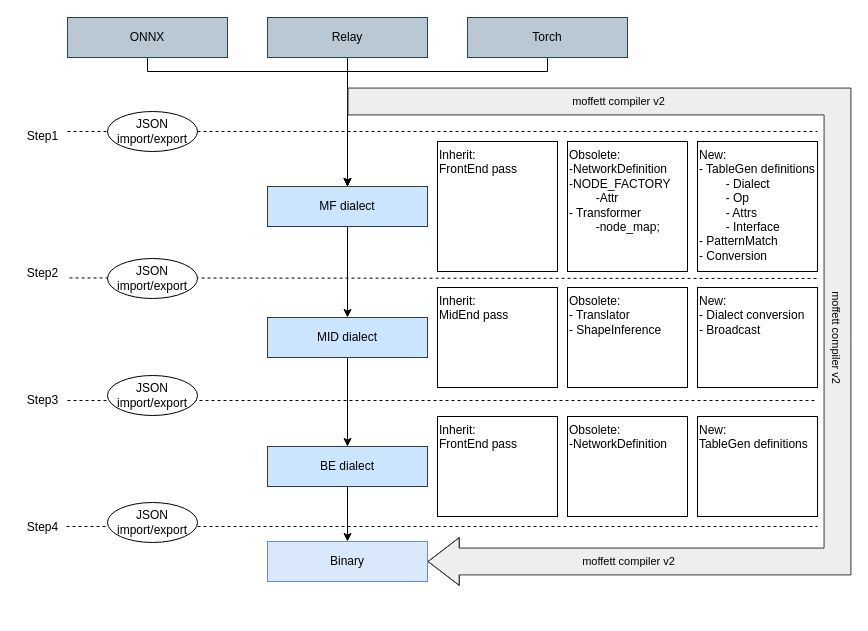
Above: draw/compiler flow.drawio in dracohan/jmhan.github.io (draw.io), before the change. Source tidied: cells renumbered, new cells numbered last; positions are measured from the earlier drawing's top-left corner, leaving out a move shared by most shapes. Both pictures are drawn from the tidied source at 100%, with x=0, y=0 at pixel (17, 17).
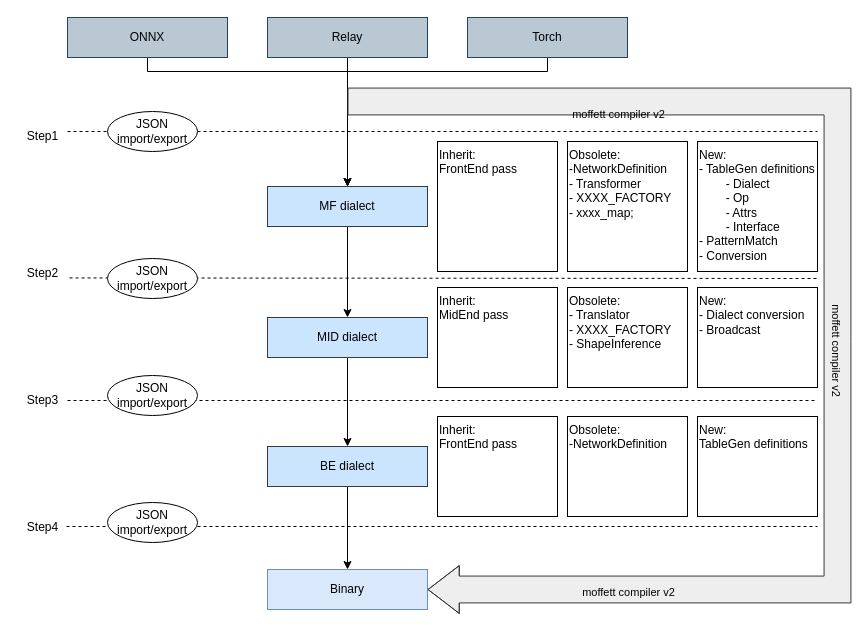
The same diagram, later.

Change to the diagram source:
```diff
@@
     <mxCell id="21" value="Binary" style="rounded=0;whiteSpace=wrap;html=1;fillColor=#dae8fc;strokeColor=#6c8ebf;" parent="1" vertex="1">
-      <mxGeometry x="250" y="524" width="160" height="40" as="geometry" />
+      <mxGeometry x="250" y="552" width="160" height="40" as="geometry" />
     </mxCell>
@@
     <mxCell id="29" style="shape=flexArrow;endArrow=classic;html=1;rounded=0;entryX=1;entryY=0.5;entryDx=0;entryDy=0;fillColor=#eeeeee;strokeColor=#36393d;width=26.857142857142858;endSize=10.097142857142858;" parent="1" edge="1" target="21">
       <mxGeometry relative="1" as="geometry">
         <mxPoint x="330" y="84" as="sourcePoint" />
         <Array as="points">
           <mxPoint x="820" y="84" />
           <mxPoint x="820" y="324" />
-          <mxPoint x="820" y="544" />
+          <mxPoint x="820" y="572" />
         </Array>
       </mxGeometry>
     </mxCell>
@@
     <mxCell id="31" value="moffett compiler v2" style="edgeLabel;html=1;align=center;verticalAlign=middle;labelBackgroundColor=none;" parent="29" vertex="1">
       <mxGeometry x="-0.12" relative="1" as="geometry">
-        <mxPoint x="-210" y="351" as="offset" />
+        <mxPoint x="-210" y="369" as="offset" />
       </mxGeometry>
     </mxCell>
@@
-    <mxCell id="34" value="Obsolete:&lt;br&gt;-NetworkDefinition&lt;br&gt;-NODE_FACTORY&lt;br&gt;&lt;span style=&quot;white-space: pre;&quot;&gt;&#9;&lt;/span&gt;-Attr&lt;br&gt;- Transformer&lt;br&gt;&lt;span style=&quot;white-space: pre;&quot;&gt;&#9;&lt;/span&gt;-node_map;" style="rounded=0;whiteSpace=wrap;html=1;verticalAlign=top;align=left;" parent="1" vertex="1">
+    <mxCell id="34" value="Obsolete:&lt;br&gt;-NetworkDefinition&lt;br&gt;- Transformer&lt;br&gt;- XXXX_FACTORY&lt;br&gt;- xxxx_map;" style="rounded=0;whiteSpace=wrap;html=1;verticalAlign=top;align=left;" parent="1" vertex="1">
       <mxGeometry x="550" y="124" width="120" height="130" as="geometry" />
     </mxCell>
@@
-    <mxCell id="37" value="Obsolete:&lt;br&gt;- Translator&lt;br&gt;- ShapeInference" style="rounded=0;whiteSpace=wrap;html=1;verticalAlign=top;align=left;" parent="1" vertex="1">
+    <mxCell id="37" value="Obsolete:&lt;br&gt;- Translator&lt;br&gt;- XXXX_FACTORY&lt;br&gt;- ShapeInference" style="rounded=0;whiteSpace=wrap;html=1;verticalAlign=top;align=left;" parent="1" vertex="1">
       <mxGeometry x="550" y="270" width="120" height="100" as="geometry" />
     </mxCell>
```
